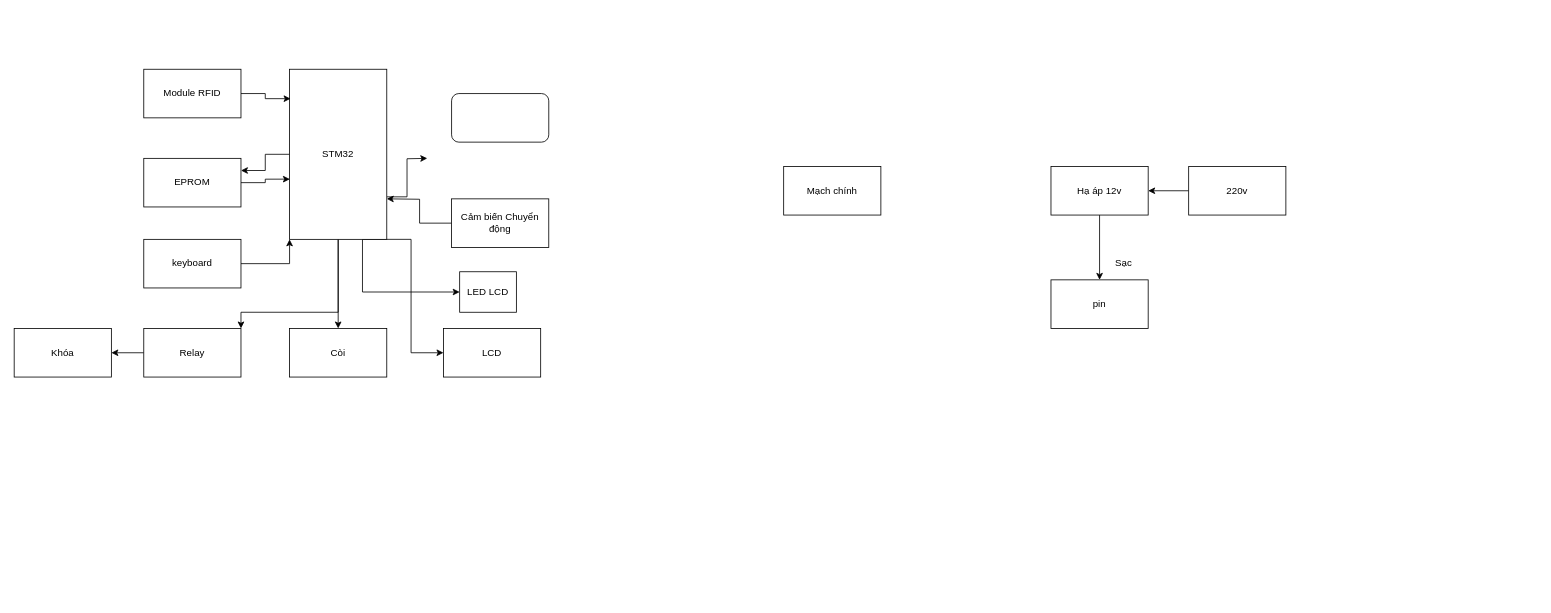
LuongHuongVN/Do-An-Tot-Nghiep-_-HoangTrongHuy keeps this draw.io diagram as Tai Lieu/DATN_HoangHuy.drawio. Above is the earlier version. Source tidied: cells renumbered, new cells numbered last; positions are measured from the earlier drawing's top-left corner, leaving out a move shared by most shapes. Both pictures are drawn from the tidied source at 81%, with x=0, y=0 at pixel (14, 69).
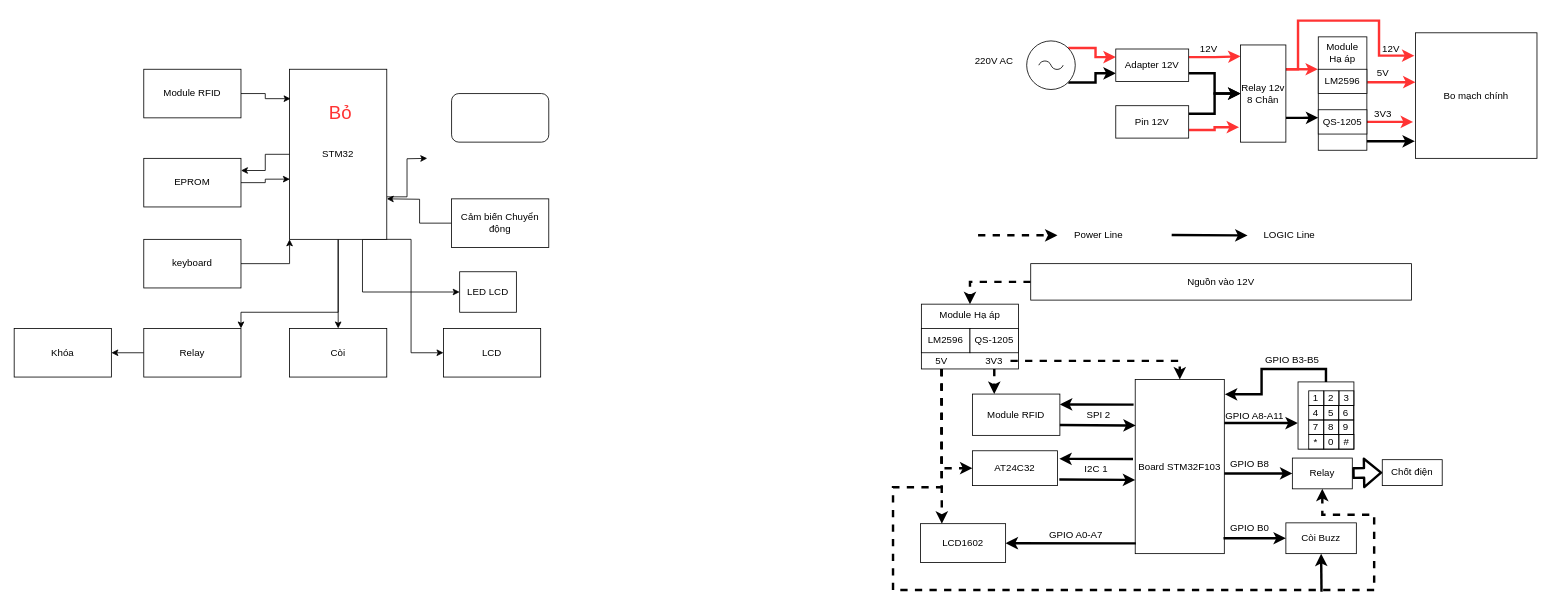
Above is the later version.

Change to the diagram source:
```diff
@@
-    <mxCell id="23" style="edgeStyle=orthogonalEdgeStyle;rounded=0;jettySize=auto;html=1;" parent="1" edge="1" source="24" target="26">
-      <mxGeometry relative="1" as="geometry" />
-    </mxCell>
-    <mxCell id="24" value="220v" style="rounded=0;whiteSpace=wrap;html=1;" parent="1" vertex="1">
-      <mxGeometry x="1450" y="120" width="120" height="60" as="geometry" />
-    </mxCell>
-    <mxCell id="25" style="edgeStyle=orthogonalEdgeStyle;rounded=0;jettySize=auto;html=1;entryX=0.5;entryY=0;entryDx=0;entryDy=0;" parent="1" edge="1" source="26" target="28">
-      <mxGeometry relative="1" as="geometry" />
-    </mxCell>
-    <mxCell id="26" value="Hạ áp 12v" style="rounded=0;whiteSpace=wrap;html=1;" parent="1" vertex="1">
-      <mxGeometry x="1280" y="120" width="120" height="60" as="geometry" />
-    </mxCell>
-    <mxCell id="27" value="Mạch chính" style="rounded=0;whiteSpace=wrap;html=1;" parent="1" vertex="1">
-      <mxGeometry x="950" y="120" width="120" height="60" as="geometry" />
-    </mxCell>
-    <mxCell id="28" value="pin" style="rounded=0;whiteSpace=wrap;html=1;" parent="1" vertex="1">
-      <mxGeometry x="1280" y="260" width="120" height="60" as="geometry" />
-    </mxCell>
-    <mxCell id="29" value="Sạc" style="text;html=1;strokeColor=none;fillColor=none;align=center;verticalAlign=middle;whiteSpace=wrap;rounded=0;" parent="1" vertex="1">
-      <mxGeometry x="1350" y="230" width="40" height="20" as="geometry" />
-    </mxCell>
@@
+    <mxCell id="31" style="edgeStyle=orthogonalEdgeStyle;rounded=0;jettySize=auto;html=1;exitX=0.855;exitY=0.145;exitDx=0;exitDy=0;exitPerimeter=0;entryX=0;entryY=0.25;entryDx=0;entryDy=0;strokeColor=#FF3333;strokeWidth=3;" parent="1" edge="1" source="33" target="36">
+      <mxGeometry relative="1" as="geometry" />
+    </mxCell>
+    <mxCell id="32" style="edgeStyle=orthogonalEdgeStyle;rounded=0;jettySize=auto;html=1;exitX=0.855;exitY=0.855;exitDx=0;exitDy=0;exitPerimeter=0;entryX=0;entryY=0.75;entryDx=0;entryDy=0;strokeWidth=3;" parent="1" edge="1" source="33" target="36">
+      <mxGeometry relative="1" as="geometry" />
+    </mxCell>
+    <mxCell id="33" style="verticalLabelPosition=bottom;shadow=0;dashed=0;align=center;html=1;verticalAlign=top;shape=mxgraph.electrical.signal_sources.ac_source;" parent="1" vertex="1">
+      <mxGeometry x="1250" y="-35" width="60" height="60" as="geometry" />
+    </mxCell>
+    <mxCell id="34" style="edgeStyle=orthogonalEdgeStyle;rounded=0;jettySize=auto;html=1;exitX=1;exitY=0.25;exitDx=0;exitDy=0;entryX=0;entryY=0.227;entryDx=0;entryDy=0;entryPerimeter=0;strokeColor=#FF3333;strokeWidth=3;" parent="1" edge="1" source="36">
+      <mxGeometry relative="1" as="geometry">
+        <mxPoint x="1514" y="-15.9" as="targetPoint" />
+      </mxGeometry>
+    </mxCell>
+    <mxCell id="35" style="edgeStyle=orthogonalEdgeStyle;rounded=0;jettySize=auto;html=1;exitX=1;exitY=0.75;exitDx=0;exitDy=0;entryX=0;entryY=0.5;entryDx=0;entryDy=0;strokeColor=#000000;strokeWidth=3;" parent="1" edge="1" source="36" target="43">
+      <mxGeometry relative="1" as="geometry" />
+    </mxCell>
+    <mxCell id="36" value="Adapter 12V" style="rounded=0;whiteSpace=wrap;html=1;" parent="1" vertex="1">
+      <mxGeometry x="1360" y="-25" width="90" height="40" as="geometry" />
+    </mxCell>
+    <mxCell id="37" style="edgeStyle=orthogonalEdgeStyle;rounded=0;jettySize=auto;html=1;exitX=1;exitY=0.25;exitDx=0;exitDy=0;entryX=0;entryY=0.5;entryDx=0;entryDy=0;strokeColor=#000000;strokeWidth=3;" parent="1" edge="1" source="39" target="43">
+      <mxGeometry relative="1" as="geometry" />
+    </mxCell>
+    <mxCell id="38" style="edgeStyle=orthogonalEdgeStyle;rounded=0;jettySize=auto;html=1;exitX=1;exitY=0.75;exitDx=0;exitDy=0;entryX=-0.033;entryY=0.846;entryDx=0;entryDy=0;entryPerimeter=0;strokeWidth=3;strokeColor=#FF3333;" parent="1" edge="1" source="39" target="43">
+      <mxGeometry relative="1" as="geometry" />
+    </mxCell>
+    <mxCell id="39" value="Pin 12V" style="rounded=0;whiteSpace=wrap;html=1;" parent="1" vertex="1">
+      <mxGeometry x="1360" y="45" width="90" height="40" as="geometry" />
+    </mxCell>
+    <mxCell id="40" style="edgeStyle=orthogonalEdgeStyle;rounded=0;jettySize=auto;html=1;exitX=1;exitY=0.25;exitDx=0;exitDy=0;entryX=-0.006;entryY=0.284;entryDx=0;entryDy=0;entryPerimeter=0;strokeColor=#FF3333;strokeWidth=3;" parent="1" edge="1" source="43" target="49">
+      <mxGeometry relative="1" as="geometry" />
+    </mxCell>
+    <mxCell id="41" style="edgeStyle=orthogonalEdgeStyle;rounded=0;jettySize=auto;html=1;exitX=1;exitY=0.75;exitDx=0;exitDy=0;entryX=0;entryY=0.713;entryDx=0;entryDy=0;entryPerimeter=0;strokeWidth=3;" parent="1" edge="1" source="43" target="49">
+      <mxGeometry relative="1" as="geometry" />
+    </mxCell>
+    <mxCell id="42" style="edgeStyle=orthogonalEdgeStyle;rounded=0;jettySize=auto;html=1;exitX=1;exitY=0.25;exitDx=0;exitDy=0;entryX=-0.009;entryY=0.182;entryDx=0;entryDy=0;entryPerimeter=0;strokeColor=#FF3333;strokeWidth=3;" parent="1" edge="1" source="43" target="45">
+      <mxGeometry relative="1" as="geometry">
+        <Array as="points">
+          <mxPoint x="1585" />
+          <mxPoint x="1585" y="-60" />
+          <mxPoint x="1685" y="-60" />
+          <mxPoint x="1685" y="-17" />
+        </Array>
+      </mxGeometry>
+    </mxCell>
+    <mxCell id="43" value="Relay 12v 8 Chân" style="rounded=0;whiteSpace=wrap;html=1;" parent="1" vertex="1">
+      <mxGeometry x="1514" y="-30" width="56" height="120" as="geometry" />
+    </mxCell>
+    <mxCell id="44" style="edgeStyle=orthogonalEdgeStyle;rounded=0;orthogonalLoop=1;jettySize=auto;html=1;exitX=0.5;exitY=1;exitDx=0;exitDy=0;strokeColor=#FF3333;strokeWidth=3;" parent="1" edge="1" source="39" target="39">
+      <mxGeometry relative="1" as="geometry" />
+    </mxCell>
+    <mxCell id="45" value="Bo mạch chính" style="rounded=0;whiteSpace=wrap;html=1;" parent="1" vertex="1">
+      <mxGeometry x="1730" y="-45" width="150" height="155" as="geometry" />
+    </mxCell>
+    <mxCell id="46" style="edgeStyle=orthogonalEdgeStyle;rounded=0;jettySize=auto;html=1;exitX=1;exitY=0.75;exitDx=0;exitDy=0;strokeColor=#FF3333;strokeWidth=3;" parent="1" edge="1" source="49">
+      <mxGeometry relative="1" as="geometry">
+        <mxPoint x="1727" y="65" as="targetPoint" />
+      </mxGeometry>
+    </mxCell>
+    <mxCell id="47" style="edgeStyle=orthogonalEdgeStyle;rounded=0;jettySize=auto;html=1;exitX=0.997;exitY=0.91;exitDx=0;exitDy=0;entryX=-0.005;entryY=0.864;entryDx=0;entryDy=0;entryPerimeter=0;strokeWidth=3;exitPerimeter=0;" parent="1" edge="1" source="49" target="45">
+      <mxGeometry relative="1" as="geometry">
+        <Array as="points">
+          <mxPoint x="1670" y="89" />
+        </Array>
+      </mxGeometry>
+    </mxCell>
+    <mxCell id="48" style="edgeStyle=orthogonalEdgeStyle;rounded=0;jettySize=auto;html=1;exitX=1.008;exitY=0.398;exitDx=0;exitDy=0;strokeWidth=3;exitPerimeter=0;strokeColor=#FF3333;" parent="1" edge="1" source="49">
+      <mxGeometry relative="1" as="geometry">
+        <mxPoint x="1730" y="16" as="targetPoint" />
+        <Array as="points">
+          <mxPoint x="1730" y="16" />
+        </Array>
+      </mxGeometry>
+    </mxCell>
+    <mxCell id="49" style="rounded=0;whiteSpace=wrap;html=1;" parent="1" vertex="1">
+      <mxGeometry x="1610" y="-40" width="60" height="140" as="geometry" />
+    </mxCell>
+    <mxCell id="50" value="5V" style="text;html=1;strokeColor=none;fillColor=none;align=center;verticalAlign=middle;whiteSpace=wrap;rounded=0;" parent="1" vertex="1">
+      <mxGeometry x="1670" y="-5" width="40" height="20" as="geometry" />
+    </mxCell>
+    <mxCell id="51" value="3V3" style="text;html=1;strokeColor=none;fillColor=none;align=center;verticalAlign=middle;whiteSpace=wrap;rounded=0;" parent="1" vertex="1">
+      <mxGeometry x="1670" y="45" width="40" height="20" as="geometry" />
+    </mxCell>
+    <mxCell id="52" value="12V" style="text;html=1;strokeColor=none;fillColor=none;align=center;verticalAlign=middle;whiteSpace=wrap;rounded=0;" parent="1" vertex="1">
+      <mxGeometry x="1680" y="-35" width="40" height="20" as="geometry" />
+    </mxCell>
+    <mxCell id="53" value="Module Hạ áp" style="text;html=1;strokeColor=none;fillColor=none;align=center;verticalAlign=middle;whiteSpace=wrap;rounded=0;" parent="1" vertex="1">
+      <mxGeometry x="1620" y="-30" width="40" height="20" as="geometry" />
+    </mxCell>
+    <mxCell id="54" value="LM2596" style="rounded=0;whiteSpace=wrap;html=1;" parent="1" vertex="1">
+      <mxGeometry x="1610" width="60" height="30" as="geometry" />
+    </mxCell>
+    <mxCell id="55" value="QS-1205" style="rounded=0;whiteSpace=wrap;html=1;" parent="1" vertex="1">
+      <mxGeometry x="1610" y="50" width="60" height="30" as="geometry" />
+    </mxCell>
+    <mxCell id="56" value="220V AC" style="text;html=1;strokeColor=none;fillColor=none;align=center;verticalAlign=middle;whiteSpace=wrap;rounded=0;" parent="1" vertex="1">
+      <mxGeometry x="1180" y="-20" width="60" height="20" as="geometry" />
+    </mxCell>
+    <mxCell id="57" value="12V" style="text;html=1;strokeColor=none;fillColor=none;align=center;verticalAlign=middle;whiteSpace=wrap;rounded=0;" parent="1" vertex="1">
+      <mxGeometry x="1455" y="-35" width="40" height="20" as="geometry" />
+    </mxCell>
+    <mxCell id="58" style="edgeStyle=orthogonalEdgeStyle;rounded=0;jettySize=auto;html=1;exitX=0;exitY=0.5;exitDx=0;exitDy=0;strokeWidth=3;dashed=1;" parent="1" edge="1" source="59" target="60">
+      <mxGeometry relative="1" as="geometry" />
+    </mxCell>
+    <mxCell id="59" value="Nguồn vào 12V" style="rounded=0;whiteSpace=wrap;html=1;" parent="1" vertex="1">
+      <mxGeometry x="1255" y="240" width="470" height="45" as="geometry" />
+    </mxCell>
+    <mxCell id="60" value="Module Hạ áp" style="rounded=0;whiteSpace=wrap;html=1;horizontal=1;verticalAlign=top;" parent="1" vertex="1">
+      <mxGeometry x="1120" y="290" width="120" height="80" as="geometry" />
+    </mxCell>
+    <mxCell id="61" value="LM2596" style="rounded=0;whiteSpace=wrap;html=1;" parent="1" vertex="1">
+      <mxGeometry x="1120" y="320" width="60" height="30" as="geometry" />
+    </mxCell>
+    <mxCell id="62" value="QS-1205" style="rounded=0;whiteSpace=wrap;html=1;" parent="1" vertex="1">
+      <mxGeometry x="1180" y="320" width="60" height="30" as="geometry" />
+    </mxCell>
+    <mxCell id="63" style="edgeStyle=orthogonalEdgeStyle;rounded=0;jettySize=auto;html=1;exitX=0.5;exitY=1;exitDx=0;exitDy=0;entryX=0.25;entryY=0;entryDx=0;entryDy=0;strokeColor=#000000;strokeWidth=3;dashed=1;" parent="1" edge="1" source="66" target="71">
+      <mxGeometry relative="1" as="geometry" />
+    </mxCell>
+    <mxCell id="64" style="edgeStyle=orthogonalEdgeStyle;rounded=0;jettySize=auto;html=1;entryX=0;entryY=0.5;entryDx=0;entryDy=0;strokeColor=#000000;strokeWidth=3;dashed=1;" parent="1" edge="1" source="66" target="78">
+      <mxGeometry relative="1" as="geometry">
+        <Array as="points">
+          <mxPoint x="1145" y="493" />
+        </Array>
+      </mxGeometry>
+    </mxCell>
+    <mxCell id="65" style="edgeStyle=orthogonalEdgeStyle;rounded=0;jettySize=auto;html=1;entryX=0.5;entryY=1;entryDx=0;entryDy=0;strokeColor=#000000;strokeWidth=3;dashed=1;" parent="1" edge="1" source="66" target="82">
+      <mxGeometry relative="1" as="geometry">
+        <Array as="points">
+          <mxPoint x="1145" y="516" />
+          <mxPoint x="1085" y="516" />
+          <mxPoint x="1085" y="643" />
+          <mxPoint x="1679" y="643" />
+          <mxPoint x="1679" y="550" />
+          <mxPoint x="1615" y="550" />
+          <mxPoint x="1615" y="521" />
+        </Array>
+      </mxGeometry>
+    </mxCell>
+    <mxCell id="66" value="5V" style="text;html=1;strokeColor=none;fillColor=none;align=center;verticalAlign=middle;whiteSpace=wrap;rounded=0;" parent="1" vertex="1">
+      <mxGeometry x="1125" y="350" width="40" height="20" as="geometry" />
+    </mxCell>
+    <mxCell id="67" style="edgeStyle=orthogonalEdgeStyle;rounded=0;jettySize=auto;html=1;exitX=0.5;exitY=1;exitDx=0;exitDy=0;entryX=0.25;entryY=0;entryDx=0;entryDy=0;strokeColor=#000000;strokeWidth=3;dashed=1;" parent="1" edge="1" source="69" target="74">
+      <mxGeometry relative="1" as="geometry" />
+    </mxCell>
+    <mxCell id="68" style="edgeStyle=orthogonalEdgeStyle;rounded=0;jettySize=auto;html=1;entryX=0.5;entryY=0;entryDx=0;entryDy=0;strokeColor=#000000;strokeWidth=3;dashed=1;" parent="1" edge="1" source="69" target="70">
+      <mxGeometry relative="1" as="geometry" />
+    </mxCell>
+    <mxCell id="69" value="3V3" style="text;html=1;strokeColor=none;fillColor=none;align=center;verticalAlign=middle;whiteSpace=wrap;rounded=0;" parent="1" vertex="1">
+      <mxGeometry x="1190" y="350" width="40" height="20" as="geometry" />
+    </mxCell>
+    <mxCell id="70" value="Board STM32F103" style="rounded=0;whiteSpace=wrap;html=1;" parent="1" vertex="1">
+      <mxGeometry x="1384" y="383" width="110" height="215" as="geometry" />
+    </mxCell>
+    <mxCell id="71" value="LCD1602" style="rounded=0;whiteSpace=wrap;html=1;" parent="1" vertex="1">
+      <mxGeometry x="1119" y="561" width="105" height="48" as="geometry" />
+    </mxCell>
+    <mxCell id="72" style="endArrow=classic;html=1;strokeColor=#000000;strokeWidth=3;exitX=0.007;exitY=0.941;exitDx=0;exitDy=0;exitPerimeter=0;" parent="1" edge="1" source="70" target="71">
+      <mxGeometry relative="1" as="geometry" />
+    </mxCell>
+    <mxCell id="73" value="GPIO A0-A7" style="text;html=1;strokeColor=none;fillColor=none;align=center;verticalAlign=middle;whiteSpace=wrap;rounded=0;" parent="1" vertex="1">
+      <mxGeometry x="1262" y="565" width="98" height="20" as="geometry" />
+    </mxCell>
+    <mxCell id="74" value="Module RFID" style="rounded=0;whiteSpace=wrap;html=1;" parent="1" vertex="1">
+      <mxGeometry x="1183" y="401" width="108" height="51" as="geometry" />
+    </mxCell>
+    <mxCell id="75" style="endArrow=classic;html=1;strokeColor=#000000;strokeWidth=3;entryX=1;entryY=0.25;entryDx=0;entryDy=0;" parent="1" edge="1" target="74">
+      <mxGeometry relative="1" as="geometry">
+        <mxPoint x="1382" y="414" as="sourcePoint" />
+      </mxGeometry>
+    </mxCell>
+    <mxCell id="76" style="endArrow=classic;html=1;strokeColor=#000000;strokeWidth=3;exitX=1;exitY=0.75;exitDx=0;exitDy=0;entryX=0.006;entryY=0.264;entryDx=0;entryDy=0;entryPerimeter=0;" parent="1" edge="1" source="74" target="70">
+      <mxGeometry relative="1" as="geometry" />
+    </mxCell>
+    <mxCell id="77" value="SPI 2" style="text;html=1;strokeColor=none;fillColor=none;align=center;verticalAlign=middle;whiteSpace=wrap;rounded=0;" parent="1" vertex="1">
+      <mxGeometry x="1319" y="416.5" width="40" height="20" as="geometry" />
+    </mxCell>
+    <mxCell id="78" value="AT24C32" style="rounded=0;whiteSpace=wrap;html=1;" parent="1" vertex="1">
+      <mxGeometry x="1183" y="471" width="105" height="43" as="geometry" />
+    </mxCell>
+    <mxCell id="79" style="endArrow=classic;html=1;strokeColor=#000000;strokeWidth=3;entryX=1;entryY=0.25;entryDx=0;entryDy=0;" parent="1" edge="1">
+      <mxGeometry relative="1" as="geometry">
+        <mxPoint x="1381.3" y="481.2" as="sourcePoint" />
+        <mxPoint x="1290.3" y="481" as="targetPoint" />
+      </mxGeometry>
+    </mxCell>
+    <mxCell id="80" style="endArrow=classic;html=1;strokeColor=#000000;strokeWidth=3;exitX=1;exitY=0.75;exitDx=0;exitDy=0;entryX=0.006;entryY=0.264;entryDx=0;entryDy=0;entryPerimeter=0;" parent="1" edge="1">
+      <mxGeometry relative="1" as="geometry">
+        <mxPoint x="1290.3" y="506.5" as="sourcePoint" />
+        <mxPoint x="1384" y="507" as="targetPoint" />
+      </mxGeometry>
+    </mxCell>
+    <mxCell id="81" value="I2C 1" style="text;html=1;strokeColor=none;fillColor=none;align=center;verticalAlign=middle;whiteSpace=wrap;rounded=0;" parent="1" vertex="1">
+      <mxGeometry x="1316" y="484" width="40" height="20" as="geometry" />
+    </mxCell>
+    <mxCell id="82" value="Relay" style="rounded=0;whiteSpace=wrap;html=1;" parent="1" vertex="1">
+      <mxGeometry x="1578" y="480" width="74" height="38" as="geometry" />
+    </mxCell>
+    <mxCell id="83" value="Chốt điện" style="rounded=0;whiteSpace=wrap;html=1;" parent="1" vertex="1">
+      <mxGeometry x="1689" y="482" width="74" height="32" as="geometry" />
+    </mxCell>
+    <mxCell id="84" style="shape=flexArrow;endArrow=classic;html=1;strokeColor=#000000;strokeWidth=3;entryX=0;entryY=0.5;entryDx=0;entryDy=0;" parent="1" edge="1" source="82" target="83">
+      <mxGeometry relative="1" as="geometry" />
+    </mxCell>
+    <mxCell id="85" style="endArrow=classic;html=1;strokeColor=#000000;strokeWidth=3;entryX=0;entryY=0.5;entryDx=0;entryDy=0;exitX=1;exitY=0.54;exitDx=0;exitDy=0;exitPerimeter=0;" parent="1" edge="1" source="70" target="82">
+      <mxGeometry relative="1" as="geometry" />
+    </mxCell>
+    <mxCell id="86" value="Còi Buzz" style="rounded=0;whiteSpace=wrap;html=1;" parent="1" vertex="1">
+      <mxGeometry x="1570" y="560" width="87" height="38" as="geometry" />
+    </mxCell>
+    <mxCell id="87" style="endArrow=classic;html=1;strokeColor=#000000;strokeWidth=3;entryX=0;entryY=0.5;entryDx=0;entryDy=0;" parent="1" edge="1" target="86">
+      <mxGeometry relative="1" as="geometry">
+        <mxPoint x="1493" y="579" as="sourcePoint" />
+      </mxGeometry>
+    </mxCell>
+    <mxCell id="88" style="endArrow=classic;html=1;strokeColor=#000000;strokeWidth=3;entryX=0.5;entryY=1;entryDx=0;entryDy=0;" parent="1" edge="1" target="86">
+      <mxGeometry relative="1" as="geometry">
+        <mxPoint x="1614" y="645" as="sourcePoint" />
+      </mxGeometry>
+    </mxCell>
+    <mxCell id="89" value="GPIO B0" style="text;html=1;strokeColor=none;fillColor=none;align=center;verticalAlign=middle;whiteSpace=wrap;rounded=0;" parent="1" vertex="1">
+      <mxGeometry x="1497" y="556" width="57" height="20" as="geometry" />
+    </mxCell>
+    <mxCell id="90" value="GPIO B8" style="text;html=1;strokeColor=none;fillColor=none;align=center;verticalAlign=middle;whiteSpace=wrap;rounded=0;" parent="1" vertex="1">
+      <mxGeometry x="1497" y="477" width="57" height="20" as="geometry" />
+    </mxCell>
+    <mxCell id="91" value="1" style="text;html=1;align=center;verticalAlign=middle;whiteSpace=wrap;rounded=0;strokeColor=#000000;spacingLeft=-1;" parent="1" vertex="1">
+      <mxGeometry x="1598.2" y="397" width="18.5" height="18" as="geometry" />
+    </mxCell>
+    <mxCell id="92" value="2" style="text;html=1;align=center;verticalAlign=middle;whiteSpace=wrap;rounded=0;strokeColor=#000000;spacingLeft=-1;" parent="1" vertex="1">
+      <mxGeometry x="1617" y="397" width="18.5" height="18" as="geometry" />
+    </mxCell>
+    <mxCell id="93" value="3" style="text;html=1;align=center;verticalAlign=middle;whiteSpace=wrap;rounded=0;strokeColor=#000000;spacingLeft=-1;" parent="1" vertex="1">
+      <mxGeometry x="1635.5" y="397" width="18.5" height="18" as="geometry" />
+    </mxCell>
+    <mxCell id="94" value="4" style="text;html=1;align=center;verticalAlign=middle;whiteSpace=wrap;rounded=0;strokeColor=#000000;spacingLeft=-1;" parent="1" vertex="1">
+      <mxGeometry x="1598.2" y="415" width="18.5" height="18" as="geometry" />
+    </mxCell>
+    <mxCell id="95" value="5" style="text;html=1;align=center;verticalAlign=middle;whiteSpace=wrap;rounded=0;strokeColor=#000000;spacingLeft=-1;" parent="1" vertex="1">
+      <mxGeometry x="1616.8" y="415" width="18.5" height="18" as="geometry" />
+    </mxCell>
+    <mxCell id="96" value="6" style="text;html=1;align=center;verticalAlign=middle;whiteSpace=wrap;rounded=0;strokeColor=#000000;spacingLeft=-1;" parent="1" vertex="1">
+      <mxGeometry x="1635.2" y="415" width="18.5" height="18" as="geometry" />
+    </mxCell>
+    <mxCell id="97" value="7" style="text;html=1;align=center;verticalAlign=middle;whiteSpace=wrap;rounded=0;strokeColor=#000000;spacingLeft=-1;" parent="1" vertex="1">
+      <mxGeometry x="1598.2" y="433" width="18.5" height="18" as="geometry" />
+    </mxCell>
+    <mxCell id="98" value="8" style="text;html=1;align=center;verticalAlign=middle;whiteSpace=wrap;rounded=0;strokeColor=#000000;spacingLeft=-1;" parent="1" vertex="1">
+      <mxGeometry x="1616.8" y="433" width="18.5" height="18" as="geometry" />
+    </mxCell>
+    <mxCell id="99" value="9" style="text;html=1;align=center;verticalAlign=middle;whiteSpace=wrap;rounded=0;strokeColor=#000000;spacingLeft=-1;" parent="1" vertex="1">
+      <mxGeometry x="1635.2" y="433" width="18.5" height="18" as="geometry" />
+    </mxCell>
+    <mxCell id="100" value="0" style="text;html=1;align=center;verticalAlign=middle;whiteSpace=wrap;rounded=0;strokeColor=#000000;spacingLeft=-1;" parent="1" vertex="1">
+      <mxGeometry x="1616.8" y="451" width="18.5" height="18" as="geometry" />
+    </mxCell>
+    <mxCell id="101" value="*" style="text;html=1;align=center;verticalAlign=middle;whiteSpace=wrap;rounded=0;strokeColor=#000000;spacingLeft=-1;" parent="1" vertex="1">
+      <mxGeometry x="1598.2" y="451" width="18.5" height="18" as="geometry" />
+    </mxCell>
+    <mxCell id="102" value="#" style="text;html=1;align=center;verticalAlign=middle;whiteSpace=wrap;rounded=0;strokeColor=#000000;spacingLeft=-1;" parent="1" vertex="1">
+      <mxGeometry x="1635.5" y="451" width="18.5" height="18" as="geometry" />
+    </mxCell>
+    <mxCell id="103" style="edgeStyle=orthogonalEdgeStyle;rounded=0;jettySize=auto;html=1;entryX=1.006;entryY=0.085;entryDx=0;entryDy=0;entryPerimeter=0;strokeColor=#000000;strokeWidth=3;" parent="1" edge="1" source="104" target="70">
+      <mxGeometry relative="1" as="geometry">
+        <Array as="points">
+          <mxPoint x="1620" y="370" />
+          <mxPoint x="1540" y="370" />
+          <mxPoint x="1540" y="401" />
+        </Array>
+      </mxGeometry>
+    </mxCell>
+    <mxCell id="104" style="rounded=0;whiteSpace=wrap;html=1;strokeColor=#000000;fillColor=none;align=center;" parent="1" vertex="1">
+      <mxGeometry x="1585" y="386" width="69" height="83" as="geometry" />
+    </mxCell>
+    <mxCell id="105" style="endArrow=classic;html=1;strokeColor=#000000;strokeWidth=3;exitX=1;exitY=0.25;exitDx=0;exitDy=0;entryX=-0.004;entryY=0.612;entryDx=0;entryDy=0;entryPerimeter=0;" parent="1" edge="1" source="70" target="104">
+      <mxGeometry relative="1" as="geometry" />
+    </mxCell>
+    <mxCell id="106" value="GPIO A8-A11" style="text;html=1;strokeColor=none;fillColor=none;align=center;verticalAlign=middle;whiteSpace=wrap;rounded=0;" parent="1" vertex="1">
+      <mxGeometry x="1489" y="417.5" width="85" height="20" as="geometry" />
+    </mxCell>
+    <mxCell id="107" value="GPIO B3-B5" style="text;html=1;strokeColor=none;fillColor=none;align=center;verticalAlign=middle;whiteSpace=wrap;rounded=0;" parent="1" vertex="1">
+      <mxGeometry x="1540" y="349" width="76" height="20" as="geometry" />
+    </mxCell>
+    <mxCell id="108" style="endArrow=classic;html=1;dashed=1;strokeColor=#000000;strokeWidth=3;" parent="1" edge="1">
+      <mxGeometry relative="1" as="geometry">
+        <mxPoint x="1190" y="205" as="sourcePoint" />
+        <mxPoint x="1288" y="205" as="targetPoint" />
+      </mxGeometry>
+    </mxCell>
+    <mxCell id="109" value="Power Line" style="text;html=1;strokeColor=none;fillColor=none;align=center;verticalAlign=middle;whiteSpace=wrap;rounded=0;" parent="1" vertex="1">
+      <mxGeometry x="1295" y="195" width="88" height="20" as="geometry" />
+    </mxCell>
+    <mxCell id="110" style="endArrow=classic;html=1;strokeColor=#000000;strokeWidth=3;exitX=1;exitY=0.75;exitDx=0;exitDy=0;entryX=0.006;entryY=0.264;entryDx=0;entryDy=0;entryPerimeter=0;" parent="1" edge="1">
+      <mxGeometry relative="1" as="geometry">
+        <mxPoint x="1429" y="204.6" as="sourcePoint" />
+        <mxPoint x="1522.7" y="205.1" as="targetPoint" />
+      </mxGeometry>
+    </mxCell>
+    <mxCell id="111" value="LOGIC Line" style="text;html=1;strokeColor=none;fillColor=none;align=center;verticalAlign=middle;whiteSpace=wrap;rounded=0;" parent="1" vertex="1">
+      <mxGeometry x="1532" y="195" width="85" height="20" as="geometry" />
+    </mxCell>
+    <mxCell id="112" value="Bỏ" style="text;html=1;strokeColor=none;fillColor=none;align=center;verticalAlign=middle;whiteSpace=wrap;rounded=0;fontSize=23;fontColor=#FF3333;" parent="1" vertex="1">
+      <mxGeometry x="383" y="44" width="40" height="20" as="geometry" />
+    </mxCell>
```
